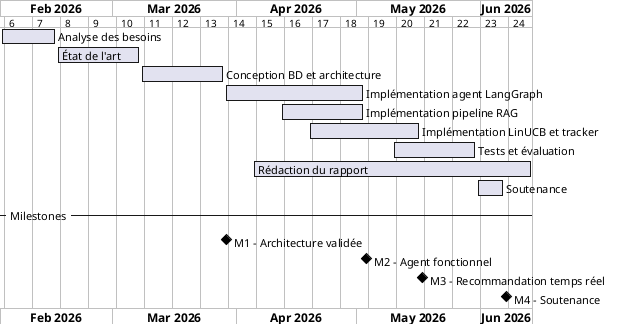
Before: diagrams/fig_01_gantt.png, a diagram exported from PlantUML (ahmed-addali/rapport).
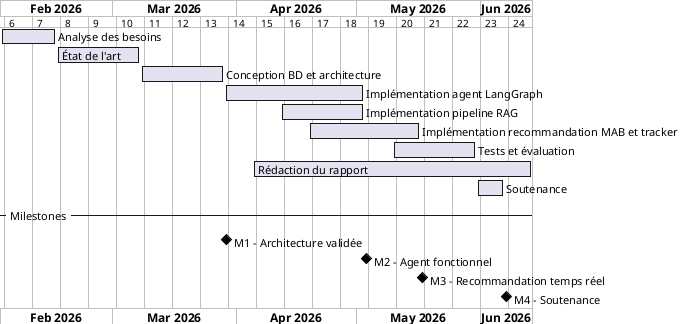
Later version of the same file.

Change to the diagram source:
```diff
@@ -10,7 +10,7 @@
 [Implémentation agent LangGraph] starts 2026-03-29 and lasts 5 weeks
 
 [Implémentation pipeline RAG] starts 2026-04-12 and lasts 3 weeks
-[Implémentation LinUCB et tracker] starts 2026-04-19 and lasts 4 weeks
+[Implémentation recommandation MAB et tracker] starts 2026-04-19 and lasts 4 weeks
 
 [Tests et évaluation] starts 2026-05-10 and lasts 3 weeks
 [Rédaction du rapport] starts 2026-04-05 and lasts 10 weeks
```
